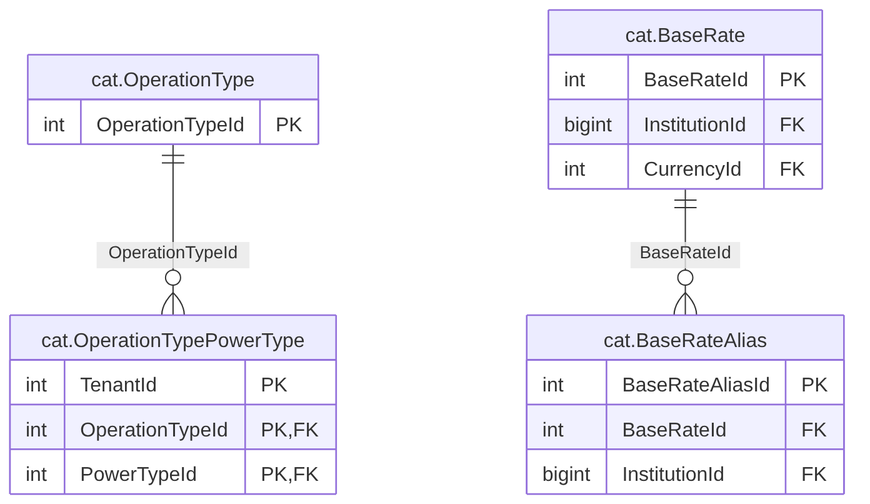
Before: treasury-platform/docs/diagrams/erd/m4_rates_lookups_1.png, a diagram exported from Mermaid (thawrasy/smartlines). Its source is kept beside it as treasury-platform/docs/diagrams/erd/m4_rates_lookups_1.mmd.
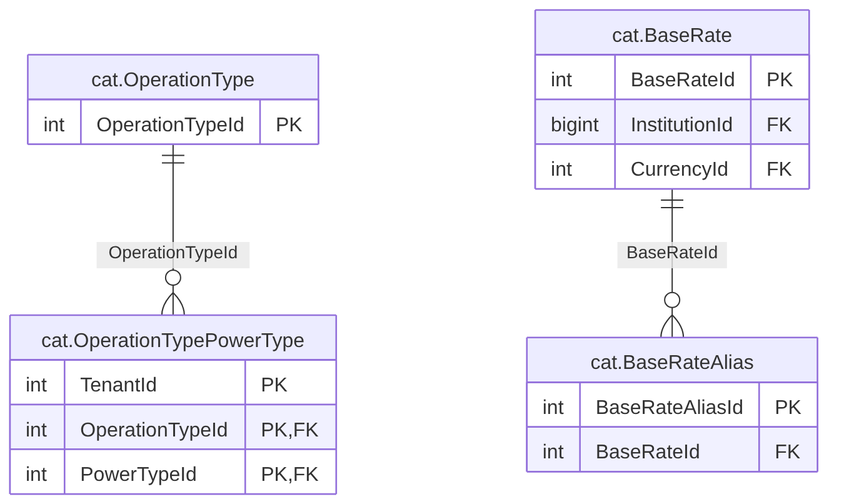
After the change.

Change to the diagram source:
```diff
@@ -15,7 +15,6 @@
   cat_BaseRateAlias["cat.BaseRateAlias"] {
     int BaseRateAliasId PK
     int BaseRateId FK
-    bigint InstitutionId FK
   }
   cat_BaseRate ||--o{ cat_BaseRateAlias : "BaseRateId"
   cat_OperationType ||--o{ cat_OperationTypePowerType : "OperationTypeId"
```
